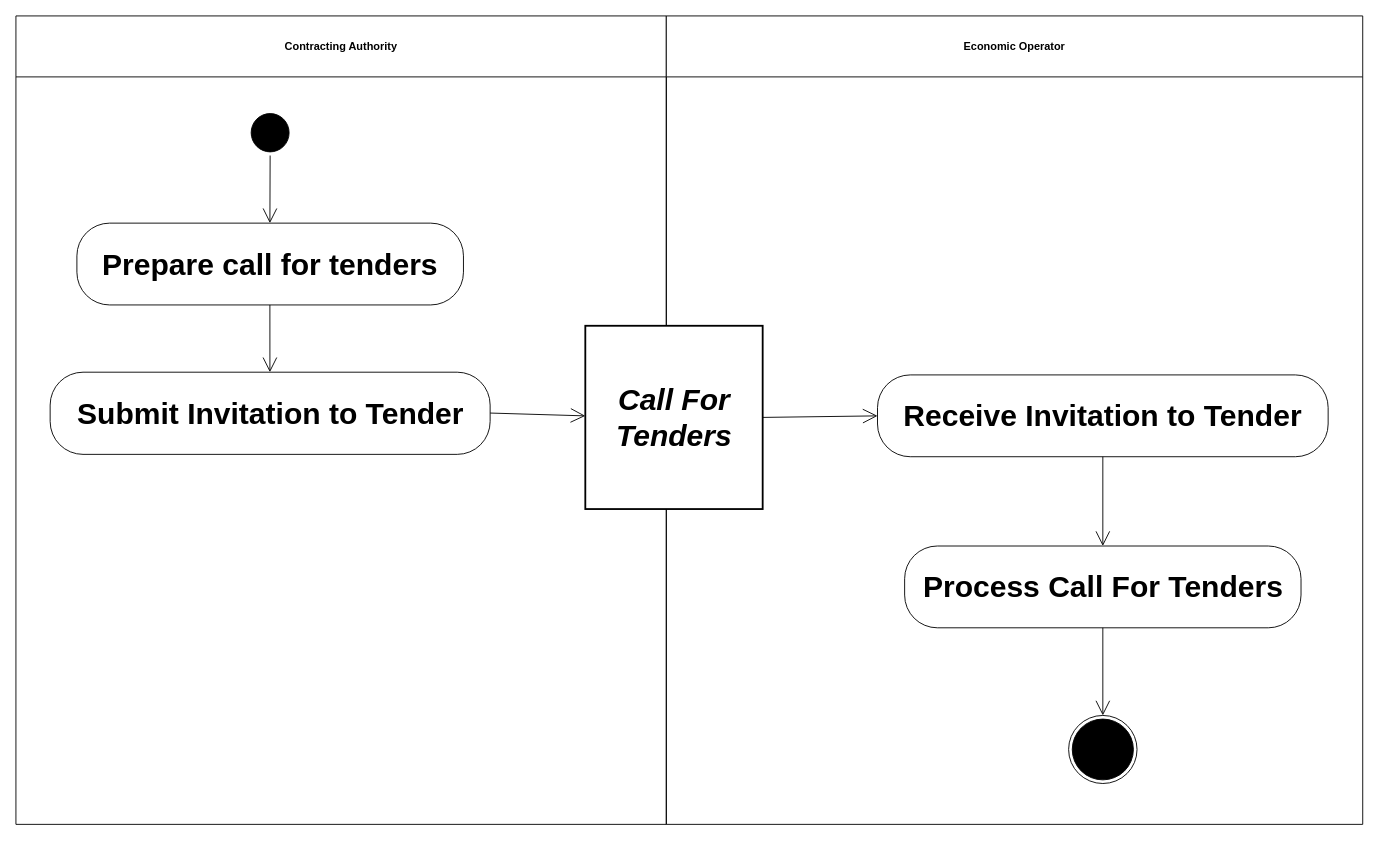
Earlier version of the draw.io diagram diagrams/UBL-2.2-Tender-Invitation/UBL-2.2-Tender-Invitation.drawio (kduvekot/ubl-work-on-svg-images). Source tidied: cells renumbered, new cells numbered last; positions are measured from the earlier drawing's top-left corner, leaving out a move shared by most shapes. Both pictures are drawn from the tidied source at 91%, with x=0, y=0 at pixel (15, 15).
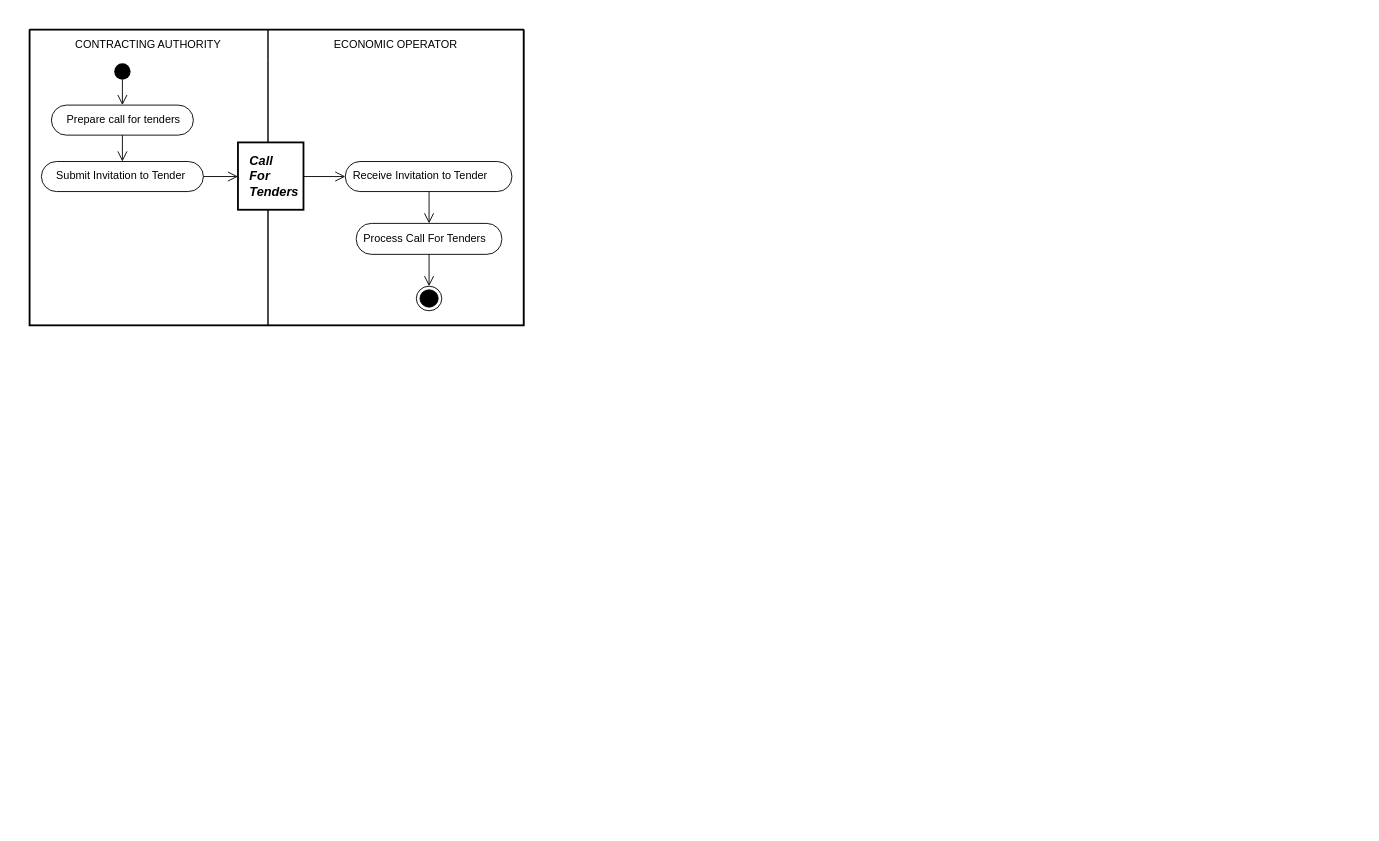
After the change.

Change to the diagram source:
```diff
@@
 <mxGraphModel>
   <root>
     <mxCell id="0" />
     <mxCell id="1" parent="0" />
+    <mxCell id="17" style="swimlane;html=1;startSize=0;whiteSpace=wrap;fillColor=none;strokeWidth=2;" parent="1" vertex="1">
+      <mxGeometry x="15" y="15" width="543" height="325" as="geometry" />
+    </mxCell>
-    <mxCell id="2" value="Contracting Authority" style="swimlane;whiteSpace=wrap;html=1;startSize=67;" parent="1" vertex="1">
-      <mxGeometry width="714.7" height="888.4" as="geometry" />
+    <mxCell id="2" value="CONTRACTING AUTHORITY" style="swimlane;horizontal=1;startSize=33;swimlaneLine=0;html=1;fillColor=none;fontSize=12;fontStyle=0;spacing=0;spacingRight=3;" parent="17" vertex="1">
+      <mxGeometry width="262" height="325" as="geometry" />
     </mxCell>
-    <mxCell id="3" value="Economic Operator" style="swimlane;whiteSpace=wrap;html=1;startSize=67;" parent="1" vertex="1">
-      <mxGeometry x="714.7" width="765.3" height="888.4" as="geometry" />
+    <mxCell id="3" value="ECONOMIC OPERATOR" style="swimlane;horizontal=1;startSize=33;swimlaneLine=0;html=1;fillColor=none;fontSize=12;fontStyle=0;spacing=0;spacingRight=1;" parent="17" vertex="1">
+      <mxGeometry x="262" width="281" height="325" as="geometry" />
     </mxCell>
-    <mxCell id="4" style="ellipse;html=1;shape=startState;fillColor=#000000;strokeColor=#000000;fontFamily=Helvetica;fontSize=33;" parent="1" vertex="1">
-      <mxGeometry x="254.5" y="103.3" width="49.7" height="50.1" as="geometry" />
+    <mxCell id="4" style="ellipse;shape=startState;fillColor=#000000;strokeColor=none;html=1;" parent="2" vertex="1">
+      <mxGeometry x="89" y="33" width="26" height="26" as="geometry" />
     </mxCell>
-    <mxCell id="5" value="Prepare call for tenders" style="rounded=1;arcSize=40;whiteSpace=wrap;html=1;fontStyle=1;fontFamily=Helvetica;fontSize=33;" parent="1" vertex="1">
-      <mxGeometry x="67" y="227.7" width="424.8" height="89.9" as="geometry" />
+    <mxCell id="5" value="Prepare call for tenders" style="rounded=1;absoluteArcSize=1;arcSize=33;html=1;whiteSpace=nowrap;fontSize=12;fontStyle=0;align=center;verticalAlign=middle;spacing=0;spacingLeft=2;spacingBottom=1;" parent="2" vertex="1">
+      <mxGeometry x="24" y="83" width="156" height="33" as="geometry" />
     </mxCell>
-    <mxCell id="6" value="Call For Tenders" style="rounded=0;whiteSpace=wrap;html=1;fontStyle=3;strokeWidth=2;fontFamily=Helvetica;fontSize=33;" parent="1" vertex="1">
-      <mxGeometry x="625.7" y="340.5" width="194.9" height="201.4" as="geometry" />
+    <mxCell id="6" value="Call&lt;br&gt;For&lt;br&gt;Tenders" style="rounded=0;html=1;whiteSpace=nowrap;fontSize=14;fontStyle=3;align=left;verticalAlign=middle;spacing=0;spacingLeft=13;spacingBottom=1;strokeWidth=2;" parent="3" vertex="1">
+      <mxGeometry x="-33" y="124" width="72" height="74" as="geometry" />
     </mxCell>
-    <mxCell id="7" value="Submit Invitation to Tender" style="rounded=1;arcSize=40;whiteSpace=wrap;html=1;fontStyle=1;fontFamily=Helvetica;fontSize=33;" parent="1" vertex="1">
-      <mxGeometry x="37.6" y="391.5" width="483.5" height="90.3" as="geometry" />
+    <mxCell id="7" value="Submit Invitation to Tender" style="rounded=1;absoluteArcSize=1;arcSize=33;html=1;whiteSpace=nowrap;fontSize=12;fontStyle=0;align=center;verticalAlign=middle;spacing=0;spacingRight=5;spacingBottom=1;" parent="2" vertex="1">
+      <mxGeometry x="13" y="145" width="178" height="33" as="geometry" />
     </mxCell>
-    <mxCell id="8" value="Receive Invitation to Tender" style="rounded=1;arcSize=40;whiteSpace=wrap;html=1;fontStyle=1;fontFamily=Helvetica;fontSize=33;" parent="1" vertex="1">
-      <mxGeometry x="946.8" y="394.5" width="495.2" height="89.9" as="geometry" />
+    <mxCell id="8" value="Receive Invitation to Tender" style="rounded=1;absoluteArcSize=1;arcSize=32;html=1;whiteSpace=nowrap;fontSize=12;fontStyle=0;align=center;verticalAlign=middle;spacing=0;spacingRight=19;spacingBottom=1;" parent="3" vertex="1">
+      <mxGeometry x="85" y="145" width="183" height="33" as="geometry" />
     </mxCell>
-    <mxCell id="9" value="Process Call For Tenders" style="rounded=1;arcSize=40;whiteSpace=wrap;html=1;fontStyle=1;fontFamily=Helvetica;fontSize=33;" parent="1" vertex="1">
-      <mxGeometry x="976.6" y="582.5" width="435.6" height="89.9" as="geometry" />
+    <mxCell id="9" value="Process Call For Tenders" style="rounded=1;absoluteArcSize=1;arcSize=33;html=1;whiteSpace=nowrap;fontSize=12;fontStyle=0;align=center;verticalAlign=middle;spacing=0;spacingRight=11;spacingBottom=1;" parent="3" vertex="1">
+      <mxGeometry x="97" y="213" width="160" height="34" as="geometry" />
     </mxCell>
-    <mxCell id="10" style="ellipse;html=1;shape=endState;fillColor=#000000;strokeColor=#000000;fontFamily=Helvetica;fontSize=33;" parent="1" vertex="1">
-      <mxGeometry x="1156.8" y="768.7" width="75.2" height="74.8" as="geometry" />
+    <mxCell id="10" style="ellipse;shape=endState;fillColor=#000000;html=1;" parent="3" vertex="1">
+      <mxGeometry x="163" y="282" width="28" height="27" as="geometry" />
     </mxCell>
-    <mxCell id="11" style="edgeStyle=none;rounded=0;html=1;endArrow=open;endFill=0;endSize=14;exitX=0.495;exitY=1.0;entryX=0.4993;entryY=0.0;" parent="1" edge="1" source="4" target="5">
+    <mxCell id="11" style="edgeStyle=none;rounded=0;html=1;endArrow=open;endFill=0;endSize=9;exitPerimeter=0;entryX=0.5;entryY=0;entryPerimeter=0;exitX=0.5;exitY=0.8491;" parent="2" edge="1" source="4" target="5">
       <mxGeometry relative="1" as="geometry" />
     </mxCell>
-    <mxCell id="12" style="edgeStyle=none;rounded=0;html=1;endArrow=open;endFill=0;endSize=14;exitX=0.4993;exitY=1.0;entryX=0.4995;entryY=0.0;" parent="1" edge="1" source="5" target="7">
+    <mxCell id="12" style="edgeStyle=none;rounded=0;html=1;endArrow=open;endFill=0;endSize=9;exitX=0.5;exitY=1;exitPerimeter=0;entryX=0.5;entryY=0;entryPerimeter=0;" parent="2" edge="1" source="5" target="7">
       <mxGeometry relative="1" as="geometry" />
     </mxCell>
-    <mxCell id="13" style="edgeStyle=none;rounded=0;html=1;endArrow=open;endFill=0;endSize=14;exitX=1.0;exitY=0.4972;entryX=0.0;entryY=0.4916;" parent="1" edge="1" source="7" target="6">
+    <mxCell id="13" style="edgeStyle=none;rounded=0;html=1;endArrow=open;endFill=0;endSize=9;exitX=1;exitY=0.5;exitPerimeter=0;entryPerimeter=0;entryX=0;entryY=0.506757;" parent="17" edge="1" source="7" target="6">
       <mxGeometry relative="1" as="geometry" />
     </mxCell>
-    <mxCell id="14" style="edgeStyle=none;rounded=0;html=1;endArrow=open;endFill=0;endSize=14;exitX=1.0;exitY=0.5;entryX=0.0;entryY=0.5006;" parent="1" edge="1" source="6" target="8">
+    <mxCell id="14" style="edgeStyle=none;rounded=0;html=1;endArrow=open;endFill=0;endSize=9;exitPerimeter=0;entryX=0;entryY=0.5;entryPerimeter=0;exitX=1;exitY=0.506757;" parent="3" edge="1" source="6" target="8">
       <mxGeometry relative="1" as="geometry" />
     </mxCell>
-    <mxCell id="15" style="edgeStyle=none;rounded=0;html=1;endArrow=open;endFill=0;endSize=14;exitX=0.5;exitY=1.0;entryX=0.5;entryY=0.0;" parent="1" edge="1" source="8" target="9">
+    <mxCell id="15" style="edgeStyle=none;rounded=0;html=1;endArrow=open;endFill=0;endSize=9;exitPerimeter=0;entryX=0.5;entryY=0;entryPerimeter=0;exitX=0.502732;exitY=1;" parent="3" edge="1" source="8" target="9">
       <mxGeometry relative="1" as="geometry" />
     </mxCell>
-    <mxCell id="16" style="edgeStyle=none;rounded=0;html=1;endArrow=open;endFill=0;endSize=14;exitX=0.5;exitY=1.0;entryX=0.5;entryY=0.0;" parent="1" edge="1" source="9" target="10">
+    <mxCell id="16" style="edgeStyle=none;rounded=0;html=1;endArrow=open;endFill=0;endSize=9;exitX=0.5;exitY=1;exitPerimeter=0;entryPerimeter=0;entryX=0.5;entryY=0;" parent="3" edge="1" source="9" target="10">
       <mxGeometry relative="1" as="geometry" />
     </mxCell>
   </root>
 </mxGraphModel>
```
